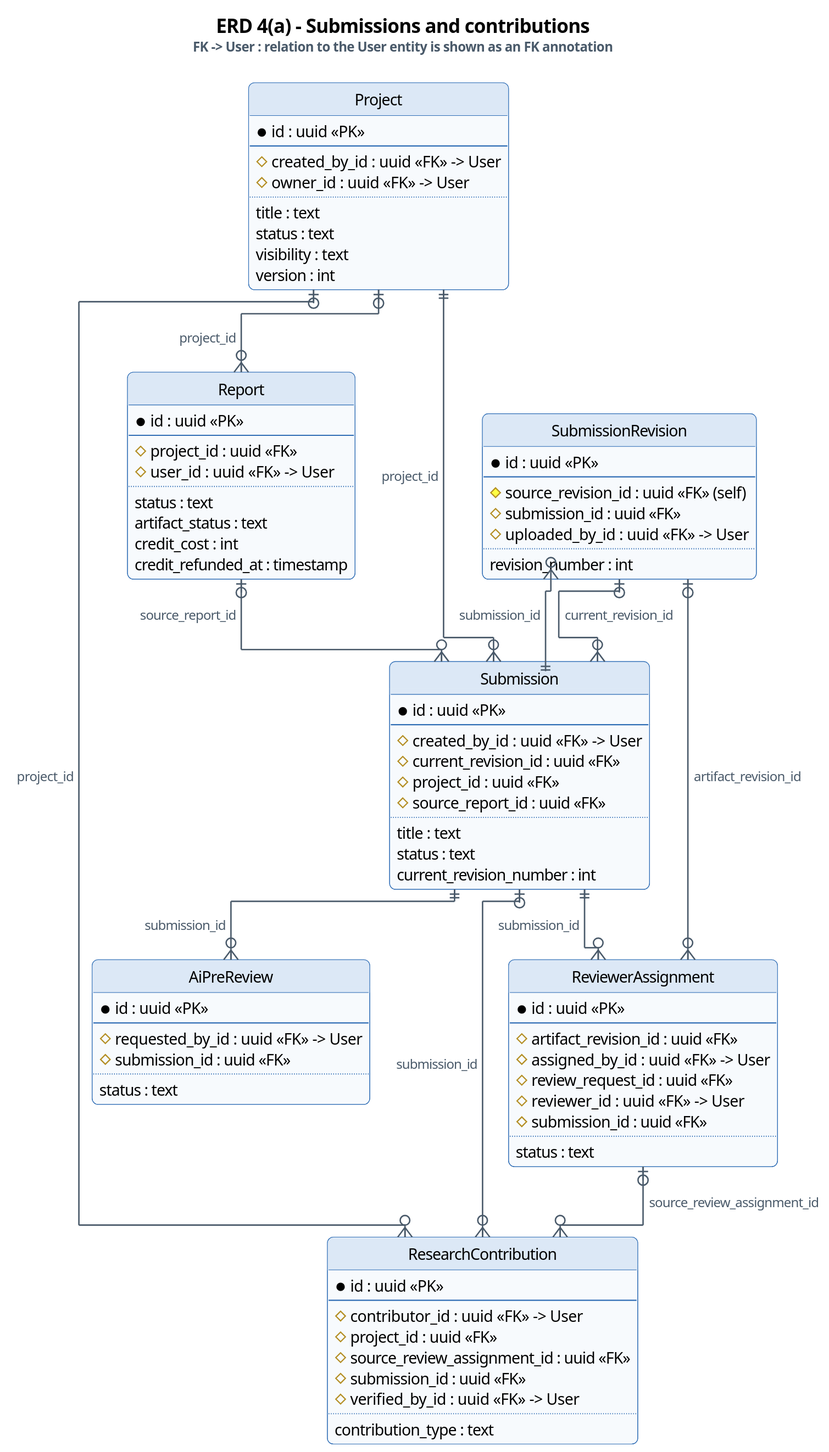
Before: docs/diagrams/report3/R3_ERD4a_Submissions.svg, a diagram exported from PlantUML (Khoa-Hoa-Technology-Solution-Company/lumi-gap).
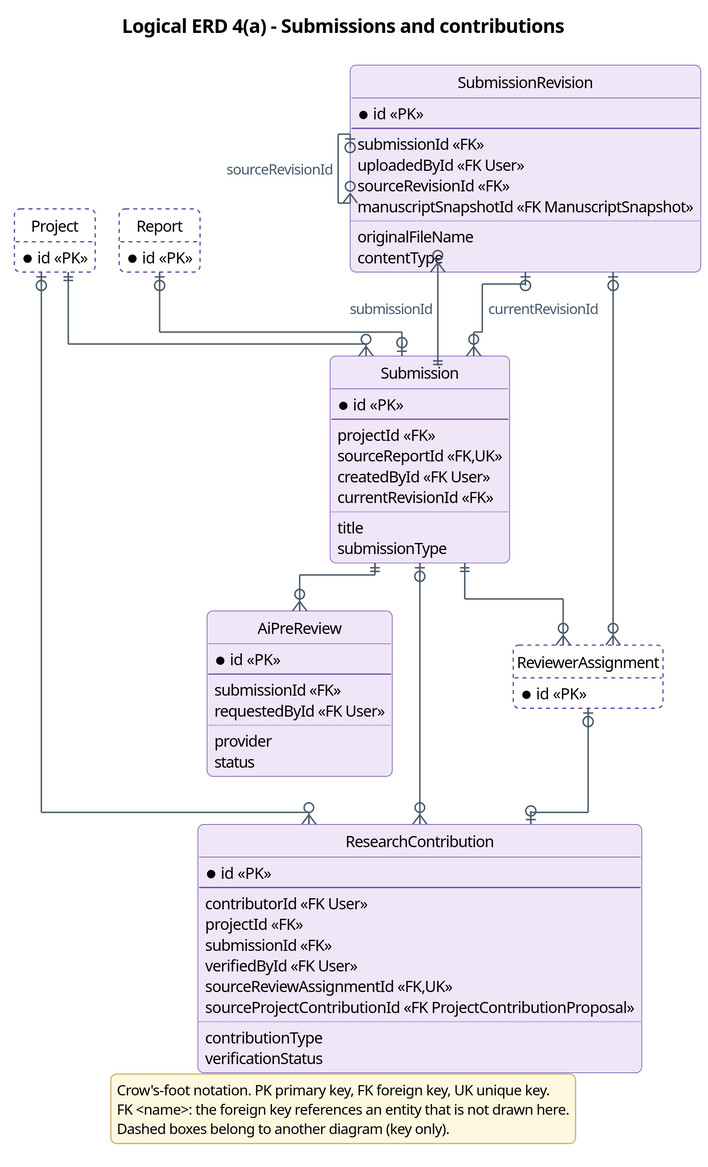
The same file after the commit.

Diff of the diagram source:
```diff
@@ -1,133 +1,97 @@
 @startuml
 !pragma layout elk
-skinparam dpi 150
+skinparam dpi 200
 skinparam defaultFontName "Segoe UI"
 skinparam defaultFontSize 13
 skinparam shadowing false
 skinparam roundCorner 10
+skinparam backgroundColor #FFFFFF
 skinparam ArrowColor #4A5A6A
 skinparam ArrowThickness 1.2
-skinparam BorderColor #2F6DB5
-skinparam BackgroundColor #FFFFFF
+skinparam ArrowFontSize 12
+skinparam ArrowFontColor #4A5A6A
 skinparam TitleFontSize 16
 skinparam TitleFontStyle bold
-skinparam usecase {
-  BackgroundColor #EAF2FB
-  BorderColor #2F6DB5
+skinparam entity {
+  BackgroundColor #EFE6F8
+  BorderColor #6A3FA0
 }
-skinparam actor {
-  BackgroundColor #FFFFFF
-  BorderColor #1B2A3A
+skinparam legend {
+  BackgroundColor #FFF8E1
+  BorderColor #C9B36B
+  FontSize 12
 }
-skinparam entity {
-  BackgroundColor #F7FAFD
-  BorderColor #2F6DB5
-}
-skinparam rectangle {
-  BackgroundColor #F7F9FC
-  BorderColor #2F6DB5
-}
-
+skinparam stereotypeFontSize 10
 hide circle
 hide empty methods
-skinparam ArrowFontSize 11
-skinparam ArrowFontColor #4A5A6A
-skinparam class {
-  BackgroundColor #F7FAFD
-  BorderColor #2F6DB5
-  HeaderBackgroundColor #DCE8F6
+title Logical ERD 4(a) - Submissions and contributions
+entity Submission #EFE6F8;line:6A3FA0 {
+  * id <<PK>>
+  --
+  projectId <<FK>>
+  sourceReportId <<FK,UK>>
+  createdById <<FK User>>
+  currentRevisionId <<FK>>
+  ..
+  title
+  submissionType
 }
-skinparam entity {
-  BackgroundColor #F7FAFD
-  BorderColor #2F6DB5
+entity SubmissionRevision #EFE6F8;line:6A3FA0 {
+  * id <<PK>>
+  --
+  submissionId <<FK>>
+  uploadedById <<FK User>>
+  sourceRevisionId <<FK>>
+  manuscriptSnapshotId <<FK ManuscriptSnapshot>>
+  ..
+  originalFileName
+  contentType
 }
-skinparam stereotypeFontSize 10
-title
-ERD 4(a) - Submissions and contributions
-<size:11><color:#4A5A6A>FK -> User : relation to the User entity is shown as an FK annotation</color></size>
-end title
-entity Project {
-  * id : uuid <<PK>>
+entity AiPreReview #EFE6F8;line:6A3FA0 {
+  * id <<PK>>
   --
-  # created_by_id : uuid <<FK>> -> User
-  # owner_id : uuid <<FK>> -> User
+  submissionId <<FK>>
+  requestedById <<FK User>>
   ..
-  title : text
-  status : text
-  visibility : text
-  version : int
+  provider
+  status
 }
-entity Report {
-  * id : uuid <<PK>>
+entity ResearchContribution #EFE6F8;line:6A3FA0 {
+  * id <<PK>>
   --
-  # project_id : uuid <<FK>>
-  # user_id : uuid <<FK>> -> User
+  contributorId <<FK User>>
+  projectId <<FK>>
+  submissionId <<FK>>
+  verifiedById <<FK User>>
+  sourceReviewAssignmentId <<FK,UK>>
+  sourceProjectContributionId <<FK ProjectContributionProposal>>
   ..
-  status : text
-  artifact_status : text
-  credit_cost : int
-  credit_refunded_at : timestamp
+  contributionType
+  verificationStatus
 }
-entity Submission {
-  * id : uuid <<PK>>
-  --
-  # created_by_id : uuid <<FK>> -> User
-  # current_revision_id : uuid <<FK>>
-  # project_id : uuid <<FK>>
-  # source_report_id : uuid <<FK>>
-  ..
-  title : text
-  status : text
-  current_revision_number : int
+entity Project #FFFFFF;line:6A3FA0;line.dashed {
+  * id <<PK>>
 }
-entity SubmissionRevision {
-  * id : uuid <<PK>>
-  --
-  # source_revision_id : uuid <<FK>> (self)
-  # submission_id : uuid <<FK>>
-  # uploaded_by_id : uuid <<FK>> -> User
-  ..
-  revision_number : int
+entity Report #FFFFFF;line:6A3FA0;line.dashed {
+  * id <<PK>>
 }
-entity AiPreReview {
-  * id : uuid <<PK>>
-  --
-  # requested_by_id : uuid <<FK>> -> User
-  # submission_id : uuid <<FK>>
-  ..
-  status : text
+entity ReviewerAssignment #FFFFFF;line:6A3FA0;line.dashed {
+  * id <<PK>>
 }
-entity ResearchContribution {
-  * id : uuid <<PK>>
-  --
-  # contributor_id : uuid <<FK>> -> User
-  # project_id : uuid <<FK>>
-  # source_review_assignment_id : uuid <<FK>>
-  # submission_id : uuid <<FK>>
-  # verified_by_id : uuid <<FK>> -> User
-  ..
-  contribution_type : text
-}
-entity ReviewerAssignment {
-  * id : uuid <<PK>>
-  --
-  # artifact_revision_id : uuid <<FK>>
-  # assigned_by_id : uuid <<FK>> -> User
-  # review_request_id : uuid <<FK>>
-  # reviewer_id : uuid <<FK>> -> User
-  # submission_id : uuid <<FK>>
-  ..
-  status : text
-}
-Project |o--o{ Report : project_id
-Project ||--o{ Submission : project_id
-Submission ||--o{ SubmissionRevision : submission_id
-SubmissionRevision |o--o{ Submission : current_revision_id
-Submission ||--o{ ReviewerAssignment : submission_id
-Submission ||--o{ AiPreReview : submission_id
-Project |o--o{ ResearchContribution : project_id
-Submission |o--o{ ResearchContribution : submission_id
-ReviewerAssignment |o--o{ ResearchContribution : source_review_assignment_id
-Report |o--o{ Submission : source_report_id
-SubmissionRevision |o--o{ ReviewerAssignment : artifact_revision_id
+Project |o--o{ ResearchContribution
+Project ||--o{ Submission
+Report |o--o| Submission
+ReviewerAssignment |o--o| ResearchContribution
+SubmissionRevision |o--o{ ReviewerAssignment
+SubmissionRevision |o--o{ SubmissionRevision : sourceRevisionId
+SubmissionRevision |o--o{ Submission : currentRevisionId
+Submission ||--o{ AiPreReview
+Submission |o--o{ ResearchContribution
+Submission ||--o{ ReviewerAssignment
+Submission ||--o{ SubmissionRevision : submissionId
+legend bottom
+Crow's-foot notation. PK primary key, FK foreign key, UK unique key.
+FK <name>: the foreign key references an entity that is not drawn here.
+Dashed boxes belong to another diagram (key only).
+endlegend
 @enduml
```
